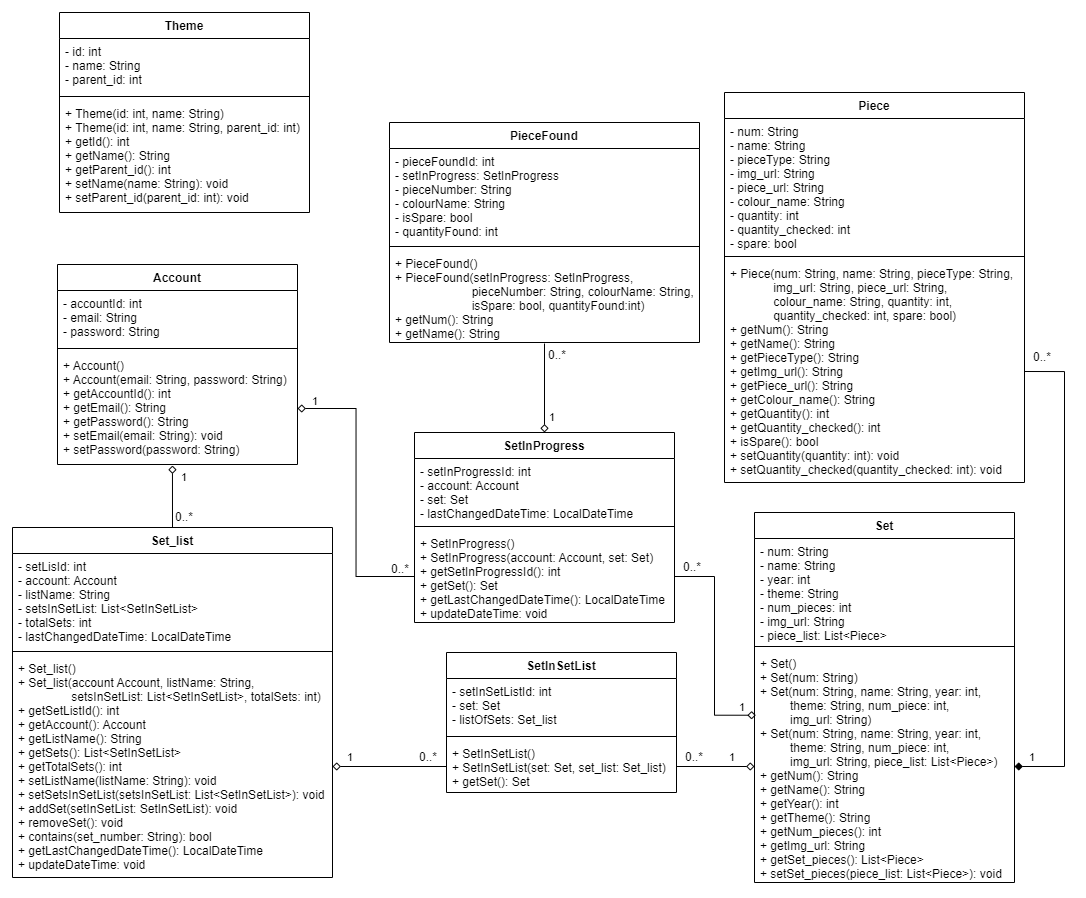
Dan-R-Booth/Lego-Set-Checklist keeps this draw.io diagram as Planning/Final Class Diagram.drawio.png. Above is the earlier version. Source tidied: cells renumbered, new cells last; positions are measured from the earlier drawing's top-left corner, leaving out a move shared by most shapes. The source it was exported from:
```xml
<mxGraphModel>
  <root>
    <mxCell id="0" />
    <mxCell id="1" parent="0" />
    <mxCell id="2" value="Set_list" style="swimlane;fontStyle=1;align=center;verticalAlign=top;horizontal=1;startSize=26;" parent="1" vertex="1">
      <mxGeometry y="515" width="320" height="350" as="geometry" />
    </mxCell>
    <mxCell id="3" value="- setLisId: int&#10;- account: Account&#10;- listName: String&#10;- setsInSetList: List&lt;SetInSetList&gt;&#10;- totalSets: int&#10;- lastChangedDateTime: LocalDateTime" style="text;strokeColor=none;fillColor=none;align=left;verticalAlign=top;spacingLeft=4;spacingRight=4;overflow=hidden;" parent="2" vertex="1">
      <mxGeometry y="26" width="320" height="94" as="geometry" />
    </mxCell>
    <mxCell id="4" style="line;strokeWidth=1;fillColor=none;align=left;verticalAlign=middle;spacingTop=-1;spacingLeft=3;spacingRight=3;labelPosition=right;" parent="2" vertex="1">
      <mxGeometry y="120" width="320" height="8" as="geometry" />
    </mxCell>
    <mxCell id="5" value="+ Set_list()&#10;+ Set_list(account Account, listName: String,&#10;                setsInSetList: List&lt;SetInSetList&gt;, totalSets: int)&#10;+ getSetListId(): int&#10;+ getAccount(): Account&#10;+ getListName(): String&#10;+ getSets(): List&lt;SetInSetList&gt;&#10;+ getTotalSets(): int&#10;+ setListName(listName: String): void&#10;+ setSetsInSetList(setsInSetList: List&lt;SetInSetList&gt;): void&#10;+ addSet(setInSetList: SetInSetList): void&#10;+ removeSet(): void&#10;+ contains(set_number: String): bool&#10;+ getLastChangedDateTime(): LocalDateTime&#10;+ updateDateTime: void" style="text;strokeColor=none;fillColor=none;align=left;verticalAlign=top;spacingLeft=4;spacingRight=4;overflow=hidden;points=[[0,0.5],[1,0.5]];portConstraint=eastwest;" parent="2" vertex="1">
      <mxGeometry y="128" width="320" height="222" as="geometry" />
    </mxCell>
    <mxCell id="6" style="edgeStyle=orthogonalEdgeStyle;rounded=0;jettySize=auto;html=1;exitX=1;exitY=0.5;exitDx=0;exitDy=0;endArrow=none;endFill=0;verticalAlign=bottom;startArrow=diamond;startFill=0;entryX=0;entryY=0.5;entryDx=0;entryDy=0;" parent="1" edge="1" source="5" target="31">
      <mxGeometry relative="1" as="geometry" />
    </mxCell>
    <mxCell id="7" style="edgeStyle=orthogonalEdgeStyle;rounded=0;jettySize=auto;html=1;exitX=1;exitY=0.5;exitDx=0;exitDy=0;entryX=1;entryY=0.5;entryDx=0;entryDy=0;fontSize=11;endArrow=none;endFill=0;verticalAlign=bottom;startArrow=diamond;startFill=1;" parent="1" edge="1" source="15" target="19">
      <mxGeometry relative="1" as="geometry">
        <Array as="points">
          <mxPoint x="1052" y="754" />
          <mxPoint x="1052" y="359" />
        </Array>
      </mxGeometry>
    </mxCell>
    <mxCell id="8" value="&lt;font style=&quot;font-size: 11px&quot;&gt;1&lt;/font&gt;" style="text;html=1;strokeColor=none;fillColor=none;align=center;verticalAlign=middle;whiteSpace=wrap;rounded=0;" parent="1" vertex="1">
      <mxGeometry x="1012" y="740" width="16" height="10" as="geometry" />
    </mxCell>
    <mxCell id="9" value="&lt;font style=&quot;font-size: 12px&quot;&gt;0..*&lt;/font&gt;" style="text;html=1;strokeColor=none;fillColor=none;align=center;verticalAlign=middle;whiteSpace=wrap;rounded=0;" parent="1" vertex="1">
      <mxGeometry x="1022" y="340" width="16" height="10" as="geometry" />
    </mxCell>
    <mxCell id="10" value="&lt;font style=&quot;font-size: 11px&quot;&gt;1&lt;/font&gt;" style="text;html=1;strokeColor=none;fillColor=none;align=center;verticalAlign=middle;whiteSpace=wrap;rounded=0;" parent="1" vertex="1">
      <mxGeometry x="330" y="740" width="16" height="10" as="geometry" />
    </mxCell>
    <mxCell id="11" value="&lt;font style=&quot;font-size: 12px&quot;&gt;0..*&lt;/font&gt;" style="text;html=1;strokeColor=none;fillColor=none;align=center;verticalAlign=middle;whiteSpace=wrap;rounded=0;" parent="1" vertex="1">
      <mxGeometry x="674" y="740" width="16" height="10" as="geometry" />
    </mxCell>
    <mxCell id="12" value="Set" style="swimlane;fontStyle=1;align=center;verticalAlign=top;horizontal=1;startSize=26;" parent="1" vertex="1">
      <mxGeometry x="742" y="500" width="260" height="370" as="geometry" />
    </mxCell>
    <mxCell id="13" value="- num: String&#10;- name: String&#10;- year: int&#10;- theme: String&#10;- num_pieces: int&#10;- img_url: String&#10;- piece_list: List&lt;Piece&gt;" style="text;strokeColor=none;fillColor=none;align=left;verticalAlign=top;spacingLeft=4;spacingRight=4;overflow=hidden;" parent="12" vertex="1">
      <mxGeometry y="26" width="260" height="104" as="geometry" />
    </mxCell>
    <mxCell id="14" style="line;strokeWidth=1;fillColor=none;align=left;verticalAlign=middle;spacingTop=-1;spacingLeft=3;spacingRight=3;labelPosition=right;" parent="12" vertex="1">
      <mxGeometry y="130" width="260" height="8" as="geometry" />
    </mxCell>
    <mxCell id="15" value="+ Set()&#10;+ Set(num: String)&#10;+ Set(num: String, name: String, year: int,&#10;         theme: String, num_piece: int,&#10;         img_url: String)&#10;+ Set(num: String, name: String, year: int, &#10;         theme: String, num_piece: int,&#10;         img_url: String, piece_list: List&lt;Piece&gt;)&#10;+ getNum(): String&#10;+ getName(): String&#10;+ getYear(): int&#10;+ getTheme(): String&#10;+ getNum_pieces(): int&#10;+ getImg_url: String&#10;+ getSet_pieces(): List&lt;Piece&gt;&#10;+ setSet_pieces(piece_list: List&lt;Piece&gt;): void" style="text;strokeColor=none;fillColor=none;align=left;verticalAlign=top;spacingLeft=4;spacingRight=4;overflow=hidden;points=[[0,0.5],[1,0.5]];portConstraint=eastwest;" parent="12" vertex="1">
      <mxGeometry y="138" width="260" height="232" as="geometry" />
    </mxCell>
    <mxCell id="16" value="Piece" style="swimlane;fontStyle=1;align=center;verticalAlign=top;horizontal=1;startSize=26;" parent="1" vertex="1">
      <mxGeometry x="712" y="80" width="300" height="390" as="geometry" />
    </mxCell>
    <mxCell id="17" value="- num: String&#10;- name: String&#10;- pieceType: String&#10;- img_url: String&#10;- piece_url: String&#10;- colour_name: String&#10;- quantity: int&#10;- quantity_checked: int&#10;- spare: bool" style="text;strokeColor=none;fillColor=none;align=left;verticalAlign=top;spacingLeft=4;spacingRight=4;overflow=hidden;" parent="16" vertex="1">
      <mxGeometry y="26" width="300" height="134" as="geometry" />
    </mxCell>
    <mxCell id="18" style="line;strokeWidth=1;fillColor=none;align=left;verticalAlign=middle;spacingTop=-1;spacingLeft=3;spacingRight=3;labelPosition=right;" parent="16" vertex="1">
      <mxGeometry y="160" width="300" height="8" as="geometry" />
    </mxCell>
    <mxCell id="19" value="+ Piece(num: String, name: String, pieceType: String,&#10;             img_url: String, piece_url: String,&#10;             colour_name: String, quantity: int,&#10;             quantity_checked: int, spare: bool)&#10;+ getNum(): String&#10;+ getName(): String&#10;+ getPieceType(): String&#10;+ getImg_url(): String&#10;+ getPiece_url(): String&#10;+ getColour_name(): String&#10;+ getQuantity(): int&#10;+ getQuantity_checked(): int&#10;+ isSpare(): bool&#10;+ setQuantity(quantity: int): void&#10;+ setQuantity_checked(quantity_checked: int): void" style="text;strokeColor=none;fillColor=none;align=left;verticalAlign=top;spacingLeft=4;spacingRight=4;overflow=hidden;points=[[0,0.5],[1,0.5]];portConstraint=eastwest;" parent="16" vertex="1">
      <mxGeometry y="168" width="300" height="222" as="geometry" />
    </mxCell>
    <mxCell id="20" value="Theme" style="swimlane;fontStyle=1;align=center;verticalAlign=top;horizontal=1;startSize=26;" parent="1" vertex="1">
      <mxGeometry x="47" width="250" height="200" as="geometry" />
    </mxCell>
    <mxCell id="21" value="- id: int&#10;- name: String&#10;- parent_id: int" style="text;strokeColor=none;fillColor=none;align=left;verticalAlign=top;spacingLeft=4;spacingRight=4;overflow=hidden;" parent="20" vertex="1">
      <mxGeometry y="26" width="250" height="54" as="geometry" />
    </mxCell>
    <mxCell id="22" style="line;strokeWidth=1;fillColor=none;align=left;verticalAlign=middle;spacingTop=-1;spacingLeft=3;spacingRight=3;labelPosition=right;" parent="20" vertex="1">
      <mxGeometry y="80" width="250" height="8" as="geometry" />
    </mxCell>
    <mxCell id="23" value="+ Theme(id: int, name: String)&#10;+ Theme(id: int, name: String, parent_id: int)&#10;+ getId(): int&#10;+ getName(): String&#10;+ getParent_id(): int&#10;+ setName(name: String): void&#10;+ setParent_id(parent_id: int): void" style="text;strokeColor=none;fillColor=none;align=left;verticalAlign=top;spacingLeft=4;spacingRight=4;overflow=hidden;" parent="20" vertex="1">
      <mxGeometry y="88" width="250" height="112" as="geometry" />
    </mxCell>
    <mxCell id="24" value="Account" style="swimlane;fontStyle=1;align=center;verticalAlign=top;horizontal=1;startSize=26;" parent="1" vertex="1">
      <mxGeometry x="45" y="252" width="240" height="200" as="geometry" />
    </mxCell>
    <mxCell id="25" value="- accountId: int&#10;- email: String&#10;- password: String" style="text;strokeColor=none;fillColor=none;align=left;verticalAlign=top;spacingLeft=4;spacingRight=4;overflow=hidden;" parent="24" vertex="1">
      <mxGeometry y="26" width="240" height="54" as="geometry" />
    </mxCell>
    <mxCell id="26" style="line;strokeWidth=1;fillColor=none;align=left;verticalAlign=middle;spacingTop=-1;spacingLeft=3;spacingRight=3;labelPosition=right;" parent="24" vertex="1">
      <mxGeometry y="80" width="240" height="8" as="geometry" />
    </mxCell>
    <mxCell id="27" value="+ Account()&#10;+ Account(email: String, password: String)&#10;+ getAccountId(): int&#10;+ getEmail(): String&#10;+ getPassword(): String&#10;+ setEmail(email: String): void&#10;+ setPassword(password: String)" style="text;strokeColor=none;fillColor=none;align=left;verticalAlign=top;spacingLeft=4;spacingRight=4;overflow=hidden;points=[[0,0.5],[1,0.5]];portConstraint=eastwest;" parent="24" vertex="1">
      <mxGeometry y="88" width="240" height="112" as="geometry" />
    </mxCell>
    <mxCell id="28" value="SetInSetList" style="swimlane;fontStyle=1;align=center;verticalAlign=top;horizontal=1;startSize=26;" parent="1" vertex="1">
      <mxGeometry x="434" y="640" width="230" height="140" as="geometry" />
    </mxCell>
    <mxCell id="29" value="- setInSetListId: int&#10;- set: Set&#10;- listOfSets: Set_list" style="text;strokeColor=none;fillColor=none;align=left;verticalAlign=top;spacingLeft=4;spacingRight=4;overflow=hidden;" parent="28" vertex="1">
      <mxGeometry y="26" width="230" height="54" as="geometry" />
    </mxCell>
    <mxCell id="30" style="line;strokeWidth=1;fillColor=none;align=left;verticalAlign=middle;spacingTop=-1;spacingLeft=3;spacingRight=3;labelPosition=right;" parent="28" vertex="1">
      <mxGeometry y="80" width="230" height="8" as="geometry" />
    </mxCell>
    <mxCell id="31" value="+ SetInSetList()&#10;+ SetInSetList(set: Set, set_list: Set_list)&#10;+ getSet(): Set" style="text;strokeColor=none;fillColor=none;align=left;verticalAlign=top;spacingLeft=4;spacingRight=4;overflow=hidden;points=[[0,0.5],[1,0.5]];portConstraint=eastwest;" parent="28" vertex="1">
      <mxGeometry y="88" width="230" height="52" as="geometry" />
    </mxCell>
    <mxCell id="32" value="&lt;font style=&quot;font-size: 12px&quot;&gt;0..*&lt;/font&gt;" style="text;html=1;strokeColor=none;fillColor=none;align=center;verticalAlign=middle;whiteSpace=wrap;rounded=0;" parent="1" vertex="1">
      <mxGeometry x="408" y="740" width="16" height="10" as="geometry" />
    </mxCell>
    <mxCell id="33" style="edgeStyle=orthogonalEdgeStyle;rounded=0;jettySize=auto;html=1;exitX=0;exitY=0.5;exitDx=0;exitDy=0;endArrow=none;endFill=0;verticalAlign=bottom;startArrow=diamond;startFill=0;entryX=1;entryY=0.5;entryDx=0;entryDy=0;" parent="1" edge="1" source="15" target="31">
      <mxGeometry relative="1" as="geometry" />
    </mxCell>
    <mxCell id="34" value="&lt;font style=&quot;font-size: 11px&quot;&gt;1&lt;/font&gt;" style="text;html=1;strokeColor=none;fillColor=none;align=center;verticalAlign=middle;whiteSpace=wrap;rounded=0;" parent="1" vertex="1">
      <mxGeometry x="712" y="740" width="16" height="10" as="geometry" />
    </mxCell>
    <mxCell id="35" value="SetInProgress" style="swimlane;fontStyle=1;align=center;verticalAlign=top;horizontal=1;startSize=26;" parent="1" vertex="1">
      <mxGeometry x="402" y="420" width="260" height="190" as="geometry" />
    </mxCell>
    <mxCell id="36" value="- setInProgressId: int&#10;- account: Account&#10;- set: Set&#10;- lastChangedDateTime: LocalDateTime" style="text;strokeColor=none;fillColor=none;align=left;verticalAlign=top;spacingLeft=4;spacingRight=4;overflow=hidden;" parent="35" vertex="1">
      <mxGeometry y="26" width="260" height="64" as="geometry" />
    </mxCell>
    <mxCell id="37" style="line;strokeWidth=1;fillColor=none;align=left;verticalAlign=middle;spacingTop=-1;spacingLeft=3;spacingRight=3;labelPosition=right;" parent="35" vertex="1">
      <mxGeometry y="90" width="260" height="8" as="geometry" />
    </mxCell>
    <mxCell id="38" value="+ SetInProgress()&#10;+ SetInProgress(account: Account, set: Set)&#10;+ getSetInProgressId(): int&#10;+ getSet(): Set&#10;+ getLastChangedDateTime(): LocalDateTime&#10;+ updateDateTime: void" style="text;strokeColor=none;fillColor=none;align=left;verticalAlign=top;spacingLeft=4;spacingRight=4;overflow=hidden;points=[[0,0.5],[1,0.5]];portConstraint=eastwest;" parent="35" vertex="1">
      <mxGeometry y="98" width="260" height="92" as="geometry" />
    </mxCell>
    <mxCell id="39" value="&lt;font style=&quot;font-size: 12px&quot;&gt;0..*&lt;/font&gt;" style="text;html=1;strokeColor=none;fillColor=none;align=center;verticalAlign=middle;whiteSpace=wrap;rounded=0;" parent="1" vertex="1">
      <mxGeometry x="672" y="550" width="16" height="10" as="geometry" />
    </mxCell>
    <mxCell id="40" style="edgeStyle=orthogonalEdgeStyle;rounded=0;jettySize=auto;html=1;exitX=0.005;exitY=0.279;exitDx=0;exitDy=0;endArrow=none;endFill=0;verticalAlign=bottom;startArrow=diamond;startFill=0;entryX=1;entryY=0.5;entryDx=0;entryDy=0;exitPerimeter=0;" parent="1" edge="1" source="15" target="38">
      <mxGeometry relative="1" as="geometry" />
    </mxCell>
    <mxCell id="41" value="&lt;font style=&quot;font-size: 11px&quot;&gt;1&lt;/font&gt;" style="text;html=1;strokeColor=none;fillColor=none;align=center;verticalAlign=middle;whiteSpace=wrap;rounded=0;" parent="1" vertex="1">
      <mxGeometry x="722" y="690" width="16" height="10" as="geometry" />
    </mxCell>
    <mxCell id="42" value="PieceFound" style="swimlane;fontStyle=1;align=center;verticalAlign=top;horizontal=1;startSize=26;" parent="1" vertex="1">
      <mxGeometry x="377" y="110" width="310" height="220" as="geometry" />
    </mxCell>
    <mxCell id="43" value="- pieceFoundId: int&#10;- setInProgress: SetInProgress&#10;- pieceNumber: String&#10;- colourName: String&#10;- isSpare: bool&#10;- quantityFound: int" style="text;strokeColor=none;fillColor=none;align=left;verticalAlign=top;spacingLeft=4;spacingRight=4;overflow=hidden;" parent="42" vertex="1">
      <mxGeometry y="26" width="310" height="94" as="geometry" />
    </mxCell>
    <mxCell id="44" style="line;strokeWidth=1;fillColor=none;align=left;verticalAlign=middle;spacingTop=-1;spacingLeft=3;spacingRight=3;labelPosition=right;" parent="42" vertex="1">
      <mxGeometry y="120" width="310" height="8" as="geometry" />
    </mxCell>
    <mxCell id="45" value="+ PieceFound()&#10;+ PieceFound(setInProgress: SetInProgress,&#10;                       pieceNumber: String, colourName: String,&#10;                       isSpare: bool, quantityFound:int)&#10;+ getNum(): String&#10;+ getName(): String" style="text;strokeColor=none;fillColor=none;align=left;verticalAlign=top;spacingLeft=4;spacingRight=4;overflow=hidden;points=[[0,0.5],[1,0.5]];portConstraint=eastwest;" parent="42" vertex="1">
      <mxGeometry y="128" width="310" height="92" as="geometry" />
    </mxCell>
    <mxCell id="46" style="edgeStyle=orthogonalEdgeStyle;rounded=0;jettySize=auto;html=1;exitX=0.5;exitY=0;exitDx=0;exitDy=0;endArrow=none;endFill=0;verticalAlign=bottom;startArrow=diamond;startFill=0;entryX=0.5;entryY=1.011;entryDx=0;entryDy=0;entryPerimeter=0;" parent="1" edge="1" source="35" target="45">
      <mxGeometry relative="1" as="geometry" />
    </mxCell>
    <mxCell id="47" value="&lt;font style=&quot;font-size: 11px&quot;&gt;1&lt;/font&gt;" style="text;html=1;strokeColor=none;fillColor=none;align=center;verticalAlign=middle;whiteSpace=wrap;rounded=0;" parent="1" vertex="1">
      <mxGeometry x="532" y="400" width="16" height="10" as="geometry" />
    </mxCell>
    <mxCell id="48" value="&lt;font style=&quot;font-size: 12px&quot;&gt;0..*&lt;/font&gt;" style="text;html=1;strokeColor=none;fillColor=none;align=center;verticalAlign=middle;whiteSpace=wrap;rounded=0;" parent="1" vertex="1">
      <mxGeometry x="537" y="338" width="16" height="10" as="geometry" />
    </mxCell>
    <mxCell id="49" style="edgeStyle=orthogonalEdgeStyle;rounded=0;jettySize=auto;html=1;exitX=0.479;exitY=1.009;exitDx=0;exitDy=0;endArrow=none;endFill=0;verticalAlign=bottom;startArrow=diamond;startFill=0;entryX=0.5;entryY=0;entryDx=0;entryDy=0;exitPerimeter=0;" parent="1" edge="1" source="27" target="2">
      <mxGeometry relative="1" as="geometry" />
    </mxCell>
    <mxCell id="50" style="edgeStyle=orthogonalEdgeStyle;rounded=0;jettySize=auto;html=1;exitX=1;exitY=0.5;exitDx=0;exitDy=0;endArrow=none;endFill=0;verticalAlign=bottom;startArrow=diamond;startFill=0;entryX=0;entryY=0.5;entryDx=0;entryDy=0;" parent="1" edge="1" source="27" target="38">
      <mxGeometry relative="1" as="geometry" />
    </mxCell>
    <mxCell id="51" value="&lt;font style=&quot;font-size: 11px&quot;&gt;1&lt;/font&gt;" style="text;html=1;strokeColor=none;fillColor=none;align=center;verticalAlign=middle;whiteSpace=wrap;rounded=0;" parent="1" vertex="1">
      <mxGeometry x="295" y="384" width="16" height="10" as="geometry" />
    </mxCell>
    <mxCell id="52" value="&lt;font style=&quot;font-size: 11px&quot;&gt;1&lt;/font&gt;" style="text;html=1;strokeColor=none;fillColor=none;align=center;verticalAlign=middle;whiteSpace=wrap;rounded=0;" parent="1" vertex="1">
      <mxGeometry x="164" y="460" width="16" height="10" as="geometry" />
    </mxCell>
    <mxCell id="53" value="&lt;font style=&quot;font-size: 12px&quot;&gt;0..*&lt;/font&gt;" style="text;html=1;strokeColor=none;fillColor=none;align=center;verticalAlign=middle;whiteSpace=wrap;rounded=0;" parent="1" vertex="1">
      <mxGeometry x="164" y="500" width="16" height="10" as="geometry" />
    </mxCell>
    <mxCell id="54" value="&lt;font style=&quot;font-size: 12px&quot;&gt;0..*&lt;/font&gt;" style="text;html=1;strokeColor=none;fillColor=none;align=center;verticalAlign=middle;whiteSpace=wrap;rounded=0;" parent="1" vertex="1">
      <mxGeometry x="380" y="552" width="16" height="10" as="geometry" />
    </mxCell>
  </root>
</mxGraphModel>
```
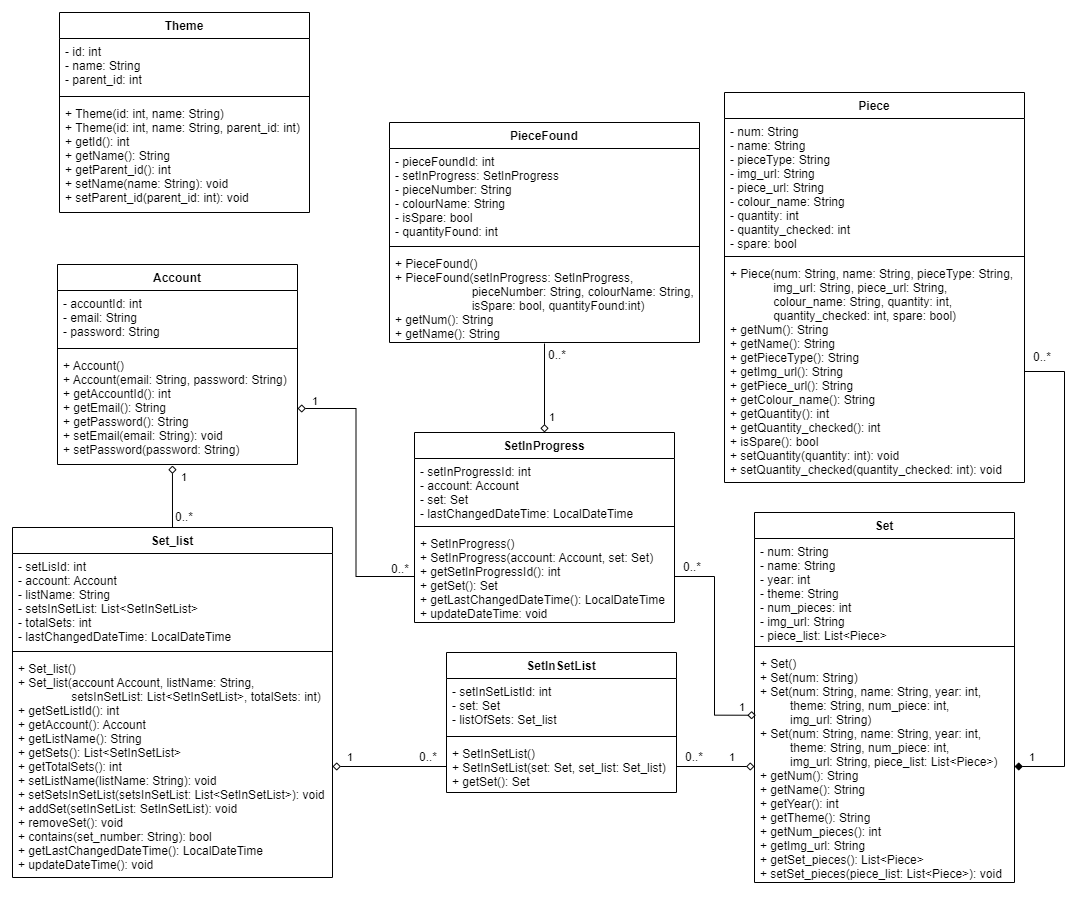
Above is the later version.

Commit message:
Added class diagram along with a description of what each class does

What changed in the source:
```diff
@@ -11,7 +11,7 @@
     <mxCell id="4" style="line;strokeWidth=1;fillColor=none;align=left;verticalAlign=middle;spacingTop=-1;spacingLeft=3;spacingRight=3;labelPosition=right;" parent="2" vertex="1">
       <mxGeometry y="120" width="320" height="8" as="geometry" />
     </mxCell>
-    <mxCell id="5" value="+ Set_list()&#10;+ Set_list(account Account, listName: String,&#10;                setsInSetList: List&lt;SetInSetList&gt;, totalSets: int)&#10;+ getSetListId(): int&#10;+ getAccount(): Account&#10;+ getListName(): String&#10;+ getSets(): List&lt;SetInSetList&gt;&#10;+ getTotalSets(): int&#10;+ setListName(listName: String): void&#10;+ setSetsInSetList(setsInSetList: List&lt;SetInSetList&gt;): void&#10;+ addSet(setInSetList: SetInSetList): void&#10;+ removeSet(): void&#10;+ contains(set_number: String): bool&#10;+ getLastChangedDateTime(): LocalDateTime&#10;+ updateDateTime: void" style="text;strokeColor=none;fillColor=none;align=left;verticalAlign=top;spacingLeft=4;spacingRight=4;overflow=hidden;points=[[0,0.5],[1,0.5]];portConstraint=eastwest;" parent="2" vertex="1">
+    <mxCell id="5" value="+ Set_list()&#10;+ Set_list(account Account, listName: String,&#10;                setsInSetList: List&lt;SetInSetList&gt;, totalSets: int)&#10;+ getSetListId(): int&#10;+ getAccount(): Account&#10;+ getListName(): String&#10;+ getSets(): List&lt;SetInSetList&gt;&#10;+ getTotalSets(): int&#10;+ setListName(listName: String): void&#10;+ setSetsInSetList(setsInSetList: List&lt;SetInSetList&gt;): void&#10;+ addSet(setInSetList: SetInSetList): void&#10;+ removeSet(): void&#10;+ contains(set_number: String): bool&#10;+ getLastChangedDateTime(): LocalDateTime&#10;+ updateDateTime(): void" style="text;strokeColor=none;fillColor=none;align=left;verticalAlign=top;spacingLeft=4;spacingRight=4;overflow=hidden;points=[[0,0.5],[1,0.5]];portConstraint=eastwest;" parent="2" vertex="1">
       <mxGeometry y="128" width="320" height="222" as="geometry" />
     </mxCell>
     <mxCell id="6" style="edgeStyle=orthogonalEdgeStyle;rounded=0;jettySize=auto;html=1;exitX=1;exitY=0.5;exitDx=0;exitDy=0;endArrow=none;endFill=0;verticalAlign=bottom;startArrow=diamond;startFill=0;entryX=0;entryY=0.5;entryDx=0;entryDy=0;" parent="1" edge="1" source="5" target="31">
```
